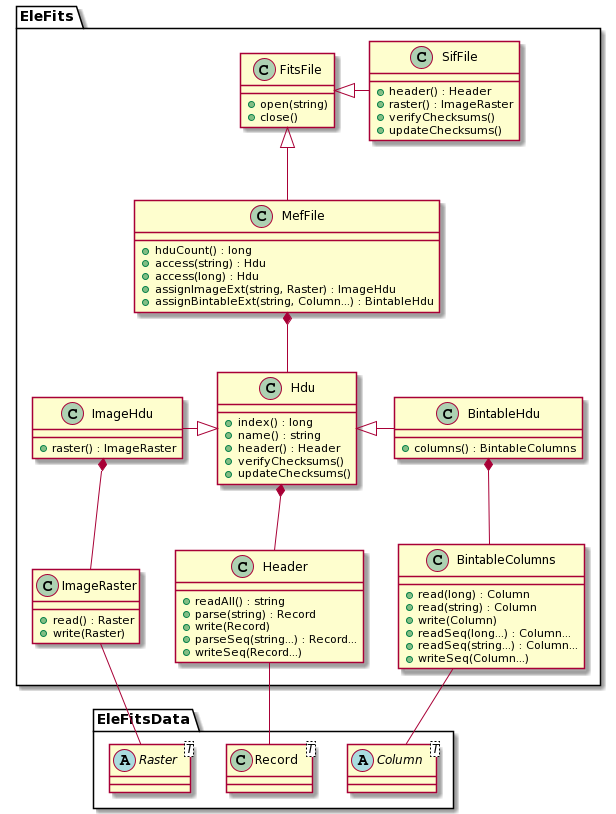
The PlantUML diagram doc/diagrams/out/FitsFile.png in CNES/EleFits, before a commit.
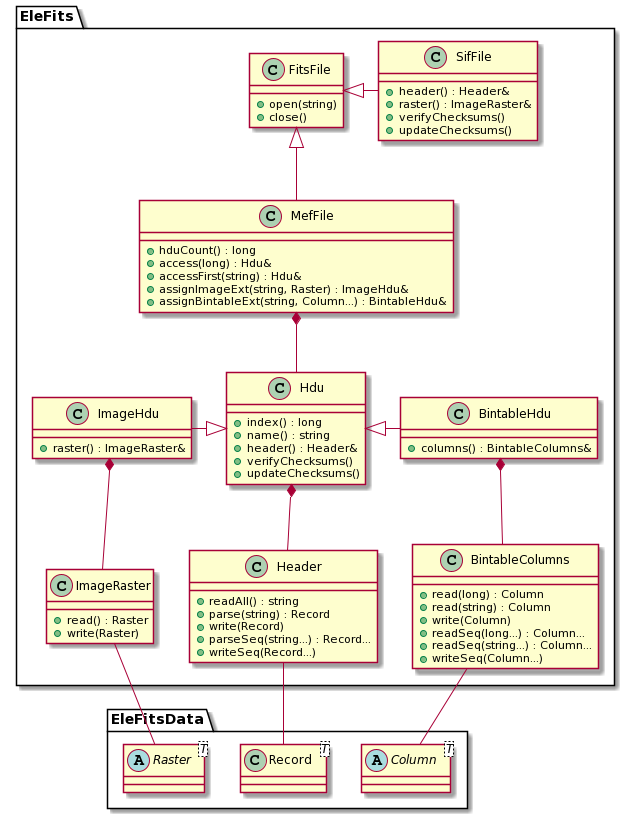
After the commit.

What changed in the source:
```diff
@@ -20,34 +20,34 @@
 }
 
 class SifFile {
-+ header() : Header
-+ raster() : ImageRaster
++ header() : Header&
++ raster() : ImageRaster&
 + verifyChecksums()
 + updateChecksums()
 }
 
 class MefFile {
 + hduCount() : long
-+ access(string) : Hdu
-+ access(long) : Hdu
-+ assignImageExt(string, Raster) : ImageHdu
-+ assignBintableExt(string, Column...) : BintableHdu
++ access(long) : Hdu&
++ accessFirst(string) : Hdu&
++ assignImageExt(string, Raster) : ImageHdu&
++ assignBintableExt(string, Column...) : BintableHdu&
 }
 
 class Hdu {
 + index() : long
 + name() : string
-+ header() : Header
++ header() : Header&
 + verifyChecksums()
 + updateChecksums()
 }
 
 class ImageHdu {
-+ raster() : ImageRaster
++ raster() : ImageRaster&
 }
 
 class BintableHdu {
-+ columns() : BintableColumns
++ columns() : BintableColumns&
 }
 
 class Header {
```
